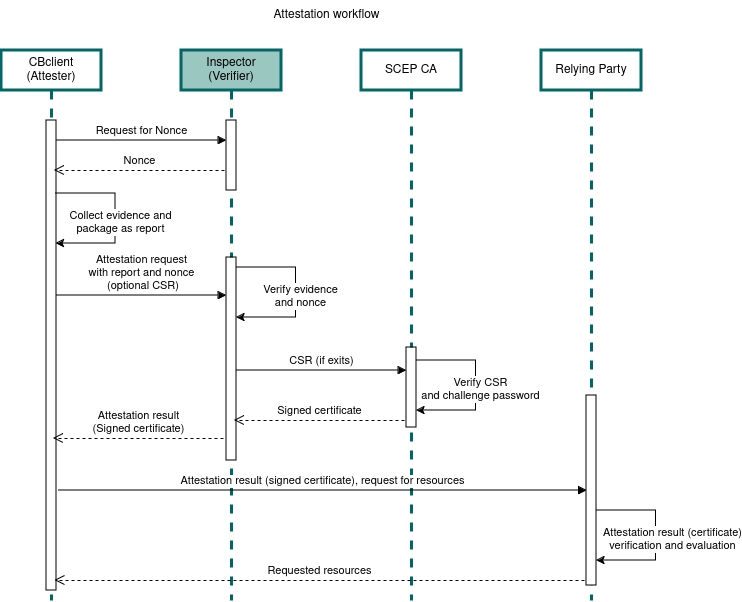
Before: docs/img/Attestation-flow.png, a diagram exported from draw.io (canarybit/cc-docs). Source tidied: cells renumbered, new cells last; positions are measured from the earlier drawing's top-left corner, leaving out a move shared by most shapes.
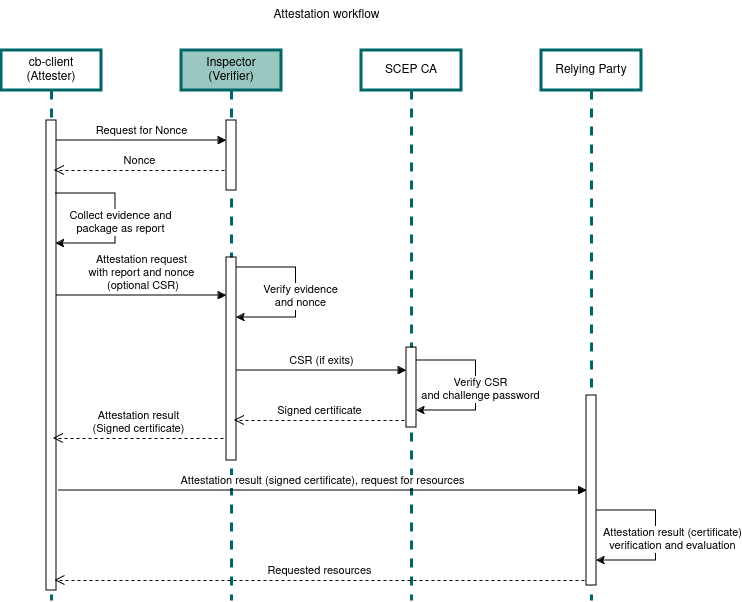
After the change.

Change to the diagram source:
```diff
@@ -2,7 +2,7 @@
   <root>
     <mxCell id="0" />
     <mxCell id="1" parent="0" />
-    <mxCell id="2" value="CBclient&lt;br&gt;(Attester)" style="shape=umlLifeline;perimeter=lifelinePerimeter;whiteSpace=wrap;html=1;newEdgeStyle={&quot;edgeStyle&quot;:&quot;elbowEdgeStyle&quot;,&quot;elbow&quot;:&quot;vertical&quot;,&quot;curved&quot;:0,&quot;rounded&quot;:0};strokeColor=#006666;strokeWidth=3;" parent="1" vertex="1">
+    <mxCell id="2" value="cb-client&lt;br&gt;(Attester)" style="shape=umlLifeline;perimeter=lifelinePerimeter;whiteSpace=wrap;html=1;newEdgeStyle={&quot;edgeStyle&quot;:&quot;elbowEdgeStyle&quot;,&quot;elbow&quot;:&quot;vertical&quot;,&quot;curved&quot;:0,&quot;rounded&quot;:0};strokeColor=#006666;strokeWidth=3;" parent="1" vertex="1">
       <mxGeometry y="50" width="100" height="550" as="geometry" />
     </mxCell>
     <mxCell id="3" style="html=1;points=[];perimeter=orthogonalPerimeter;outlineConnect=0;targetShapes=umlLifeline;portConstraint=eastwest;newEdgeStyle={&quot;edgeStyle&quot;:&quot;elbowEdgeStyle&quot;,&quot;elbow&quot;:&quot;vertical&quot;,&quot;curved&quot;:0,&quot;rounded&quot;:0};" parent="2" vertex="1">
```
